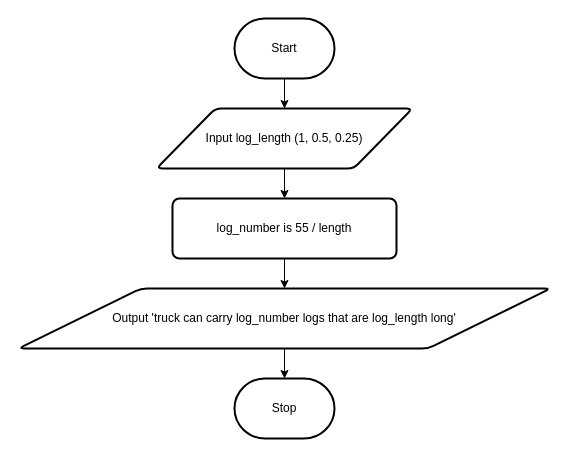
The draw.io diagram Unit1-01/Design/flowchart.drawio in Samuel-Webster-178/ICS4U-Unit1-Samuel-Webster, before the edit. Source tidied: cells renumbered, new cells numbered last; positions are measured from the earlier drawing's top-left corner, leaving out a move shared by most shapes. Both pictures are drawn from the tidied source at 100%, with x=0, y=0 at pixel (18, 18).
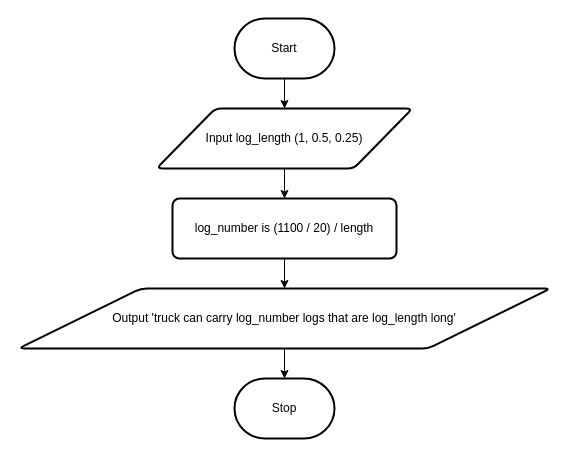
After the change.

Change to the diagram source:
```diff
@@
 <mxGraphModel>
   <root>
     <mxCell id="0" />
     <mxCell id="1" parent="0" />
     <mxCell id="2" style="edgeStyle=none;html=1;" parent="1" edge="1" source="3" target="5">
       <mxGeometry relative="1" as="geometry" />
     </mxCell>
     <mxCell id="3" value="Start" style="strokeWidth=2;html=1;shape=mxgraph.flowchart.terminator;whiteSpace=wrap;" parent="1" vertex="1">
       <mxGeometry x="216" width="100" height="60" as="geometry" />
     </mxCell>
     <mxCell id="4" style="edgeStyle=none;html=1;" parent="1" edge="1" source="5" target="7">
       <mxGeometry relative="1" as="geometry" />
     </mxCell>
     <mxCell id="5" value="Input log_length (1, 0.5, 0.25)" style="shape=parallelogram;html=1;strokeWidth=2;perimeter=parallelogramPerimeter;whiteSpace=wrap;rounded=1;arcSize=12;size=0.23;" parent="1" vertex="1">
       <mxGeometry x="138" y="90" width="256" height="60" as="geometry" />
     </mxCell>
     <mxCell id="6" style="edgeStyle=none;html=1;" parent="1" edge="1" source="7" target="9">
       <mxGeometry relative="1" as="geometry" />
     </mxCell>
-    <mxCell id="7" value="log_number is 55 / length" style="rounded=1;whiteSpace=wrap;html=1;absoluteArcSize=1;arcSize=14;strokeWidth=2;" parent="1" vertex="1">
+    <mxCell id="7" value="log_number is (1100 / 20) / length" style="rounded=1;whiteSpace=wrap;html=1;absoluteArcSize=1;arcSize=14;strokeWidth=2;" parent="1" vertex="1">
       <mxGeometry x="154" y="180" width="224" height="60" as="geometry" />
     </mxCell>
     <mxCell id="8" style="edgeStyle=none;html=1;" parent="1" edge="1" source="9" target="10">
       <mxGeometry relative="1" as="geometry" />
     </mxCell>
     <mxCell id="9" value="Output 'truck can carry log_number logs that are log_length long'" style="shape=parallelogram;html=1;strokeWidth=2;perimeter=parallelogramPerimeter;whiteSpace=wrap;rounded=1;arcSize=12;size=0.23;" parent="1" vertex="1">
       <mxGeometry y="270" width="532" height="60" as="geometry" />
     </mxCell>
     <mxCell id="10" value="Stop" style="strokeWidth=2;html=1;shape=mxgraph.flowchart.terminator;whiteSpace=wrap;" parent="1" vertex="1">
       <mxGeometry x="216" y="360" width="100" height="60" as="geometry" />
     </mxCell>
   </root>
 </mxGraphModel>
```
